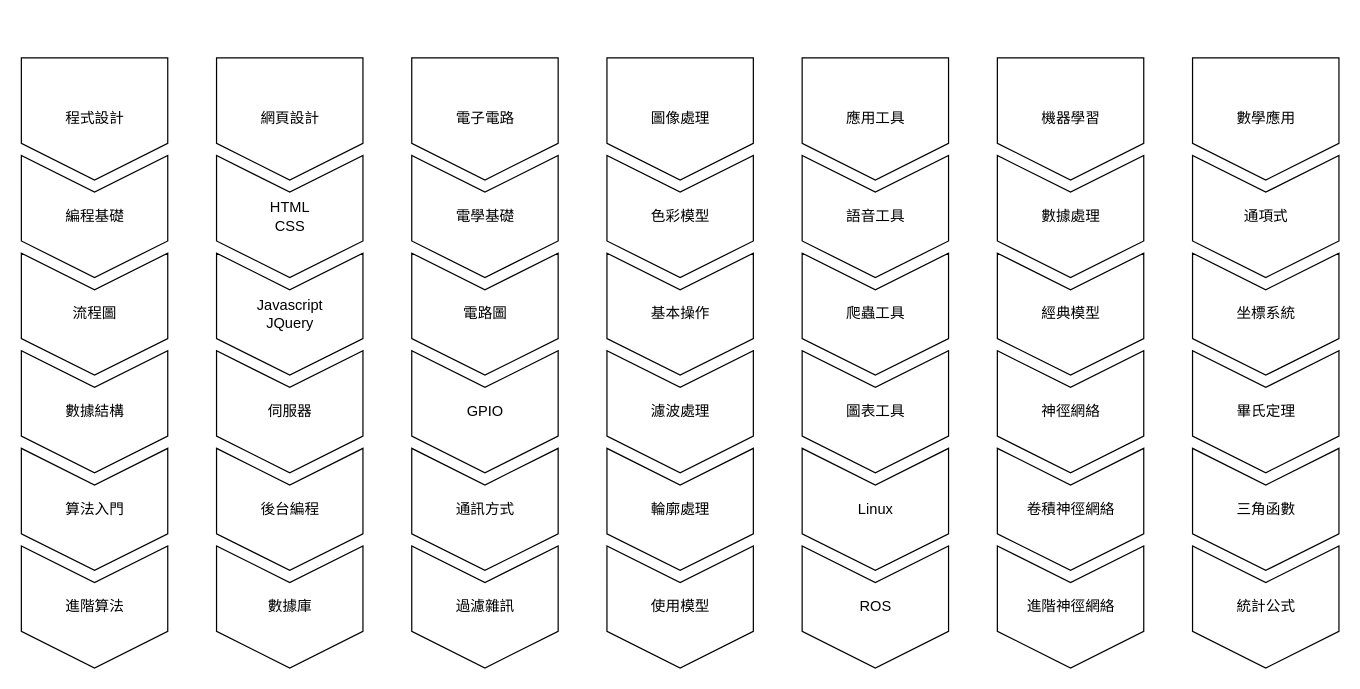
This is page "Page-1" (1 of 2) of Roadmap.drawio from supercatex/flowchart, a draw.io file, before an edit. Source tidied: cells renumbered, new cells numbered last; positions are measured from the earlier drawing's top-left corner, leaving out a move shared by most shapes. Both pictures are drawn from the tidied source at 122%, with x=0, y=0 at pixel (33, 45).
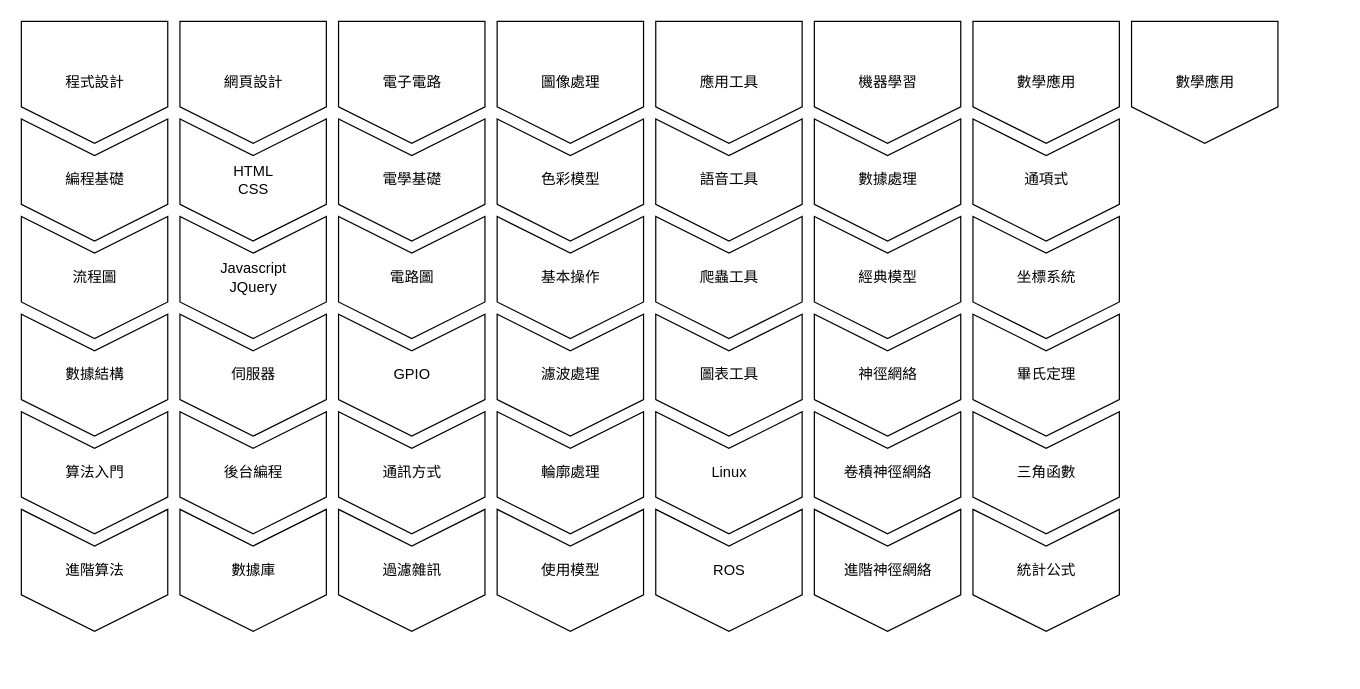
The same page after the edit.

What changed in the source:
```diff
@@
     <mxCell id="2" value="編程基礎" style="html=1;shadow=0;dashed=0;align=center;verticalAlign=middle;shape=mxgraph.arrows2.arrow;dy=0;dx=30;notch=30;rotation=90;horizontal=0;" parent="1" vertex="1">
-      <mxGeometry y="80" width="100" height="120" as="geometry" />
+      <mxGeometry y="50" width="100" height="120" as="geometry" />
     </mxCell>
     <mxCell id="3" value="數據結構" style="html=1;shadow=0;dashed=0;align=center;verticalAlign=middle;shape=mxgraph.arrows2.arrow;dy=0;dx=30;notch=30;rotation=90;horizontal=0;" parent="1" vertex="1">
-      <mxGeometry y="240" width="100" height="120" as="geometry" />
+      <mxGeometry y="210" width="100" height="120" as="geometry" />
     </mxCell>
     <mxCell id="4" value="算法入門" style="html=1;shadow=0;dashed=0;align=center;verticalAlign=middle;shape=mxgraph.arrows2.arrow;dy=0;dx=30;notch=30;rotation=90;horizontal=0;" parent="1" vertex="1">
-      <mxGeometry y="320" width="100" height="120" as="geometry" />
+      <mxGeometry y="290" width="100" height="120" as="geometry" />
     </mxCell>
     <mxCell id="5" value="進階算法" style="html=1;shadow=0;dashed=0;align=center;verticalAlign=middle;shape=mxgraph.arrows2.arrow;dy=0;dx=30;notch=30;rotation=90;horizontal=0;" parent="1" vertex="1">
-      <mxGeometry y="400" width="100" height="120" as="geometry" />
+      <mxGeometry y="370" width="100" height="120" as="geometry" />
     </mxCell>
     <mxCell id="6" value="機器學習" style="html=1;shadow=0;dashed=0;align=center;verticalAlign=middle;shape=mxgraph.arrows2.arrow;dy=0;dx=30;notch=0;rotation=90;horizontal=0;" parent="1" vertex="1">
-      <mxGeometry x="800" width="100" height="120" as="geometry" />
+      <mxGeometry x="650" y="-30" width="100" height="120" as="geometry" />
     </mxCell>
     <mxCell id="7" value="圖像處理" style="html=1;shadow=0;dashed=0;align=center;verticalAlign=middle;shape=mxgraph.arrows2.arrow;dy=0;dx=30;notch=0;rotation=90;horizontal=0;" parent="1" vertex="1">
-      <mxGeometry x="480" width="100" height="120" as="geometry" />
+      <mxGeometry x="390" y="-30" width="100" height="120" as="geometry" />
     </mxCell>
     <mxCell id="8" value="電子電路" style="html=1;shadow=0;dashed=0;align=center;verticalAlign=middle;shape=mxgraph.arrows2.arrow;dy=0;dx=30;notch=0;rotation=90;horizontal=0;" parent="1" vertex="1">
-      <mxGeometry x="320" width="100" height="120" as="geometry" />
+      <mxGeometry x="260" y="-30" width="100" height="120" as="geometry" />
     </mxCell>
     <mxCell id="9" value="經典模型" style="html=1;shadow=0;dashed=0;align=center;verticalAlign=middle;shape=mxgraph.arrows2.arrow;dy=0;dx=30;notch=30;rotation=90;horizontal=0;" parent="1" vertex="1">
-      <mxGeometry x="800" y="160" width="100" height="120" as="geometry" />
+      <mxGeometry x="650" y="130" width="100" height="120" as="geometry" />
     </mxCell>
     <mxCell id="10" value="卷積神徑網絡" style="html=1;shadow=0;dashed=0;align=center;verticalAlign=middle;shape=mxgraph.arrows2.arrow;dy=0;dx=30;notch=30;rotation=90;horizontal=0;" parent="1" vertex="1">
-      <mxGeometry x="800" y="320" width="100" height="120" as="geometry" />
+      <mxGeometry x="650" y="290" width="100" height="120" as="geometry" />
     </mxCell>
     <mxCell id="11" value="色彩模型" style="html=1;shadow=0;dashed=0;align=center;verticalAlign=middle;shape=mxgraph.arrows2.arrow;dy=0;dx=30;notch=30;rotation=90;horizontal=0;sketch=0;" parent="1" vertex="1">
-      <mxGeometry x="480" y="80" width="100" height="120" as="geometry" />
+      <mxGeometry x="390" y="50" width="100" height="120" as="geometry" />
     </mxCell>
     <mxCell id="12" value="濾波處理" style="html=1;shadow=0;dashed=0;align=center;verticalAlign=middle;shape=mxgraph.arrows2.arrow;dy=0;dx=30;notch=30;rotation=90;horizontal=0;" parent="1" vertex="1">
-      <mxGeometry x="480" y="240" width="100" height="120" as="geometry" />
+      <mxGeometry x="390" y="210" width="100" height="120" as="geometry" />
     </mxCell>
     <mxCell id="13" value="基本操作" style="html=1;shadow=0;dashed=0;align=center;verticalAlign=middle;shape=mxgraph.arrows2.arrow;dy=0;dx=30;notch=30;rotation=90;horizontal=0;" parent="1" vertex="1">
-      <mxGeometry x="480" y="160" width="100" height="120" as="geometry" />
+      <mxGeometry x="390" y="130" width="100" height="120" as="geometry" />
     </mxCell>
     <mxCell id="14" value="輪廓處理" style="html=1;shadow=0;dashed=0;align=center;verticalAlign=middle;shape=mxgraph.arrows2.arrow;dy=0;dx=30;notch=30;rotation=90;horizontal=0;" parent="1" vertex="1">
-      <mxGeometry x="480" y="320" width="100" height="120" as="geometry" />
+      <mxGeometry x="390" y="290" width="100" height="120" as="geometry" />
     </mxCell>
     <mxCell id="15" value="數據處理" style="html=1;shadow=0;dashed=0;align=center;verticalAlign=middle;shape=mxgraph.arrows2.arrow;dy=0;dx=30;notch=30;rotation=90;horizontal=0;" parent="1" vertex="1">
-      <mxGeometry x="800" y="80" width="100" height="120" as="geometry" />
+      <mxGeometry x="650" y="50" width="100" height="120" as="geometry" />
     </mxCell>
     <mxCell id="16" value="神徑網絡" style="html=1;shadow=0;dashed=0;align=center;verticalAlign=middle;shape=mxgraph.arrows2.arrow;dy=0;dx=30;notch=30;rotation=90;horizontal=0;" parent="1" vertex="1">
-      <mxGeometry x="800" y="240" width="100" height="120" as="geometry" />
+      <mxGeometry x="650" y="210" width="100" height="120" as="geometry" />
     </mxCell>
     <mxCell id="17" value="GPIO" style="html=1;shadow=0;dashed=0;align=center;verticalAlign=middle;shape=mxgraph.arrows2.arrow;dy=0;dx=30;notch=30;rotation=90;horizontal=0;" parent="1" vertex="1">
-      <mxGeometry x="320" y="240" width="100" height="120" as="geometry" />
+      <mxGeometry x="260" y="210" width="100" height="120" as="geometry" />
     </mxCell>
     <mxCell id="18" value="電學基礎" style="html=1;shadow=0;dashed=0;align=center;verticalAlign=middle;shape=mxgraph.arrows2.arrow;dy=0;dx=30;notch=30;rotation=90;horizontal=0;" parent="1" vertex="1">
-      <mxGeometry x="320" y="80" width="100" height="120" as="geometry" />
+      <mxGeometry x="260" y="50" width="100" height="120" as="geometry" />
     </mxCell>
     <mxCell id="19" value="通訊方式" style="html=1;shadow=0;dashed=0;align=center;verticalAlign=middle;shape=mxgraph.arrows2.arrow;dy=0;dx=30;notch=30;rotation=90;horizontal=0;" parent="1" vertex="1">
-      <mxGeometry x="320" y="320" width="100" height="120" as="geometry" />
+      <mxGeometry x="260" y="290" width="100" height="120" as="geometry" />
     </mxCell>
     <mxCell id="20" value="HTML&lt;br&gt;CSS" style="html=1;shadow=0;dashed=0;align=center;verticalAlign=middle;shape=mxgraph.arrows2.arrow;dy=0;dx=30;notch=30;rotation=90;horizontal=0;" parent="1" vertex="1">
-      <mxGeometry x="160" y="80" width="100" height="120" as="geometry" />
+      <mxGeometry x="130" y="50" width="100" height="120" as="geometry" />
     </mxCell>
     <mxCell id="21" value="進階神徑網絡" style="html=1;shadow=0;dashed=0;align=center;verticalAlign=middle;shape=mxgraph.arrows2.arrow;dy=0;dx=30;notch=30;rotation=90;horizontal=0;" parent="1" vertex="1">
-      <mxGeometry x="800" y="400" width="100" height="120" as="geometry" />
+      <mxGeometry x="650" y="370" width="100" height="120" as="geometry" />
     </mxCell>
     <mxCell id="22" value="Javascript&lt;br&gt;JQuery" style="html=1;shadow=0;dashed=0;align=center;verticalAlign=middle;shape=mxgraph.arrows2.arrow;dy=0;dx=30;notch=30;rotation=90;horizontal=0;" parent="1" vertex="1">
-      <mxGeometry x="160" y="160" width="100" height="120" as="geometry" />
+      <mxGeometry x="130" y="130" width="100" height="120" as="geometry" />
     </mxCell>
     <mxCell id="23" value="伺服器" style="html=1;shadow=0;dashed=0;align=center;verticalAlign=middle;shape=mxgraph.arrows2.arrow;dy=0;dx=30;notch=30;rotation=90;horizontal=0;" parent="1" vertex="1">
-      <mxGeometry x="160" y="240" width="100" height="120" as="geometry" />
+      <mxGeometry x="130" y="210" width="100" height="120" as="geometry" />
     </mxCell>
     <mxCell id="24" value="後台編程" style="html=1;shadow=0;dashed=0;align=center;verticalAlign=middle;shape=mxgraph.arrows2.arrow;dy=0;dx=30;notch=30;rotation=90;horizontal=0;" parent="1" vertex="1">
-      <mxGeometry x="160" y="320" width="100" height="120" as="geometry" />
+      <mxGeometry x="130" y="290" width="100" height="120" as="geometry" />
     </mxCell>
     <mxCell id="25" value="數據庫" style="html=1;shadow=0;dashed=0;align=center;verticalAlign=middle;shape=mxgraph.arrows2.arrow;dy=0;dx=30;notch=30;rotation=90;horizontal=0;" parent="1" vertex="1">
-      <mxGeometry x="160" y="400" width="100" height="120" as="geometry" />
+      <mxGeometry x="130" y="370" width="100" height="120" as="geometry" />
     </mxCell>
     <mxCell id="26" value="語音工具" style="html=1;shadow=0;dashed=0;align=center;verticalAlign=middle;shape=mxgraph.arrows2.arrow;dy=0;dx=30;notch=30;rotation=90;horizontal=0;" parent="1" vertex="1">
-      <mxGeometry x="640" y="80" width="100" height="120" as="geometry" />
+      <mxGeometry x="520" y="50" width="100" height="120" as="geometry" />
     </mxCell>
     <mxCell id="27" value="過濾雜訊" style="html=1;shadow=0;dashed=0;align=center;verticalAlign=middle;shape=mxgraph.arrows2.arrow;dy=0;dx=30;notch=30;rotation=90;horizontal=0;" parent="1" vertex="1">
-      <mxGeometry x="320" y="400" width="100" height="120" as="geometry" />
+      <mxGeometry x="260" y="370" width="100" height="120" as="geometry" />
     </mxCell>
     <mxCell id="28" value="應用工具" style="html=1;shadow=0;dashed=0;align=center;verticalAlign=middle;shape=mxgraph.arrows2.arrow;dy=0;dx=30;notch=0;rotation=90;horizontal=0;" parent="1" vertex="1">
-      <mxGeometry x="640" width="100" height="120" as="geometry" />
+      <mxGeometry x="520" y="-30" width="100" height="120" as="geometry" />
     </mxCell>
     <mxCell id="29" value="使用模型" style="html=1;shadow=0;dashed=0;align=center;verticalAlign=middle;shape=mxgraph.arrows2.arrow;dy=0;dx=30;notch=30;rotation=90;horizontal=0;" parent="1" vertex="1">
-      <mxGeometry x="480" y="400" width="100" height="120" as="geometry" />
+      <mxGeometry x="390" y="370" width="100" height="120" as="geometry" />
     </mxCell>
     <mxCell id="30" value="程式設計" style="html=1;shadow=0;dashed=0;align=center;verticalAlign=middle;shape=mxgraph.arrows2.arrow;dy=0;dx=30;notch=0;rotation=90;horizontal=0;" parent="1" vertex="1">
-      <mxGeometry width="100" height="120" as="geometry" />
+      <mxGeometry y="-30" width="100" height="120" as="geometry" />
     </mxCell>
     <mxCell id="31" value="網頁設計" style="html=1;shadow=0;dashed=0;align=center;verticalAlign=middle;shape=mxgraph.arrows2.arrow;dy=0;dx=30;notch=0;rotation=90;horizontal=0;" parent="1" vertex="1">
-      <mxGeometry x="160" width="100" height="120" as="geometry" />
+      <mxGeometry x="130" y="-30" width="100" height="120" as="geometry" />
     </mxCell>
     <mxCell id="32" value="Linux" style="html=1;shadow=0;dashed=0;align=center;verticalAlign=middle;shape=mxgraph.arrows2.arrow;dy=0;dx=30;notch=30;rotation=90;horizontal=0;" parent="1" vertex="1">
-      <mxGeometry x="640" y="320" width="100" height="120" as="geometry" />
+      <mxGeometry x="520" y="290" width="100" height="120" as="geometry" />
     </mxCell>
     <mxCell id="33" value="ROS" style="html=1;shadow=0;dashed=0;align=center;verticalAlign=middle;shape=mxgraph.arrows2.arrow;dy=0;dx=30;notch=30;rotation=90;horizontal=0;" parent="1" vertex="1">
-      <mxGeometry x="640" y="400" width="100" height="120" as="geometry" />
+      <mxGeometry x="520" y="370" width="100" height="120" as="geometry" />
     </mxCell>
     <mxCell id="34" value="數學應用" style="html=1;shadow=0;dashed=0;align=center;verticalAlign=middle;shape=mxgraph.arrows2.arrow;dy=0;dx=30;notch=0;rotation=90;horizontal=0;" parent="1" vertex="1">
-      <mxGeometry x="960" width="100" height="120" as="geometry" />
+      <mxGeometry x="780" y="-30" width="100" height="120" as="geometry" />
     </mxCell>
     <mxCell id="35" value="坐標系統" style="html=1;shadow=0;dashed=0;align=center;verticalAlign=middle;shape=mxgraph.arrows2.arrow;dy=0;dx=30;notch=30;rotation=90;horizontal=0;" parent="1" vertex="1">
-      <mxGeometry x="960" y="160" width="100" height="120" as="geometry" />
+      <mxGeometry x="780" y="130" width="100" height="120" as="geometry" />
     </mxCell>
     <mxCell id="36" value="三角函數" style="html=1;shadow=0;dashed=0;align=center;verticalAlign=middle;shape=mxgraph.arrows2.arrow;dy=0;dx=30;notch=30;rotation=90;horizontal=0;" parent="1" vertex="1">
-      <mxGeometry x="960" y="320" width="100" height="120" as="geometry" />
+      <mxGeometry x="780" y="290" width="100" height="120" as="geometry" />
     </mxCell>
     <mxCell id="37" value="通項式" style="html=1;shadow=0;dashed=0;align=center;verticalAlign=middle;shape=mxgraph.arrows2.arrow;dy=0;dx=30;notch=30;rotation=90;horizontal=0;" parent="1" vertex="1">
-      <mxGeometry x="960" y="80" width="100" height="120" as="geometry" />
+      <mxGeometry x="780" y="50" width="100" height="120" as="geometry" />
     </mxCell>
     <mxCell id="38" value="統計公式" style="html=1;shadow=0;dashed=0;align=center;verticalAlign=middle;shape=mxgraph.arrows2.arrow;dy=0;dx=30;notch=30;rotation=90;horizontal=0;" parent="1" vertex="1">
-      <mxGeometry x="960" y="400" width="100" height="120" as="geometry" />
+      <mxGeometry x="780" y="370" width="100" height="120" as="geometry" />
     </mxCell>
     <mxCell id="39" value="圖表工具" style="html=1;shadow=0;dashed=0;align=center;verticalAlign=middle;shape=mxgraph.arrows2.arrow;dy=0;dx=30;notch=30;rotation=90;horizontal=0;" parent="1" vertex="1">
-      <mxGeometry x="640" y="240" width="100" height="120" as="geometry" />
+      <mxGeometry x="520" y="210" width="100" height="120" as="geometry" />
     </mxCell>
     <mxCell id="40" value="流程圖" style="html=1;shadow=0;dashed=0;align=center;verticalAlign=middle;shape=mxgraph.arrows2.arrow;dy=0;dx=30;notch=30;rotation=90;horizontal=0;" parent="1" vertex="1">
-      <mxGeometry y="160" width="100" height="120" as="geometry" />
+      <mxGeometry y="130" width="100" height="120" as="geometry" />
     </mxCell>
     <mxCell id="41" value="電路圖" style="html=1;shadow=0;dashed=0;align=center;verticalAlign=middle;shape=mxgraph.arrows2.arrow;dy=0;dx=30;notch=30;rotation=90;horizontal=0;" parent="1" vertex="1">
-      <mxGeometry x="320" y="160" width="100" height="120" as="geometry" />
+      <mxGeometry x="260" y="130" width="100" height="120" as="geometry" />
     </mxCell>
     <mxCell id="42" value="爬蟲工具" style="html=1;shadow=0;dashed=0;align=center;verticalAlign=middle;shape=mxgraph.arrows2.arrow;dy=0;dx=30;notch=30;rotation=90;horizontal=0;" parent="1" vertex="1">
-      <mxGeometry x="640" y="160" width="100" height="120" as="geometry" />
+      <mxGeometry x="520" y="130" width="100" height="120" as="geometry" />
     </mxCell>
     <mxCell id="43" value="畢氏定理" style="html=1;shadow=0;dashed=0;align=center;verticalAlign=middle;shape=mxgraph.arrows2.arrow;dy=0;dx=30;notch=30;rotation=90;horizontal=0;" parent="1" vertex="1">
-      <mxGeometry x="960" y="240" width="100" height="120" as="geometry" />
+      <mxGeometry x="780" y="210" width="100" height="120" as="geometry" />
     </mxCell>
+    <mxCell id="44" value="數學應用" style="html=1;shadow=0;dashed=0;align=center;verticalAlign=middle;shape=mxgraph.arrows2.arrow;dy=0;dx=30;notch=0;rotation=90;horizontal=0;" parent="1" vertex="1">
+      <mxGeometry x="910" y="-30" width="100" height="120" as="geometry" />
+    </mxCell>
```
